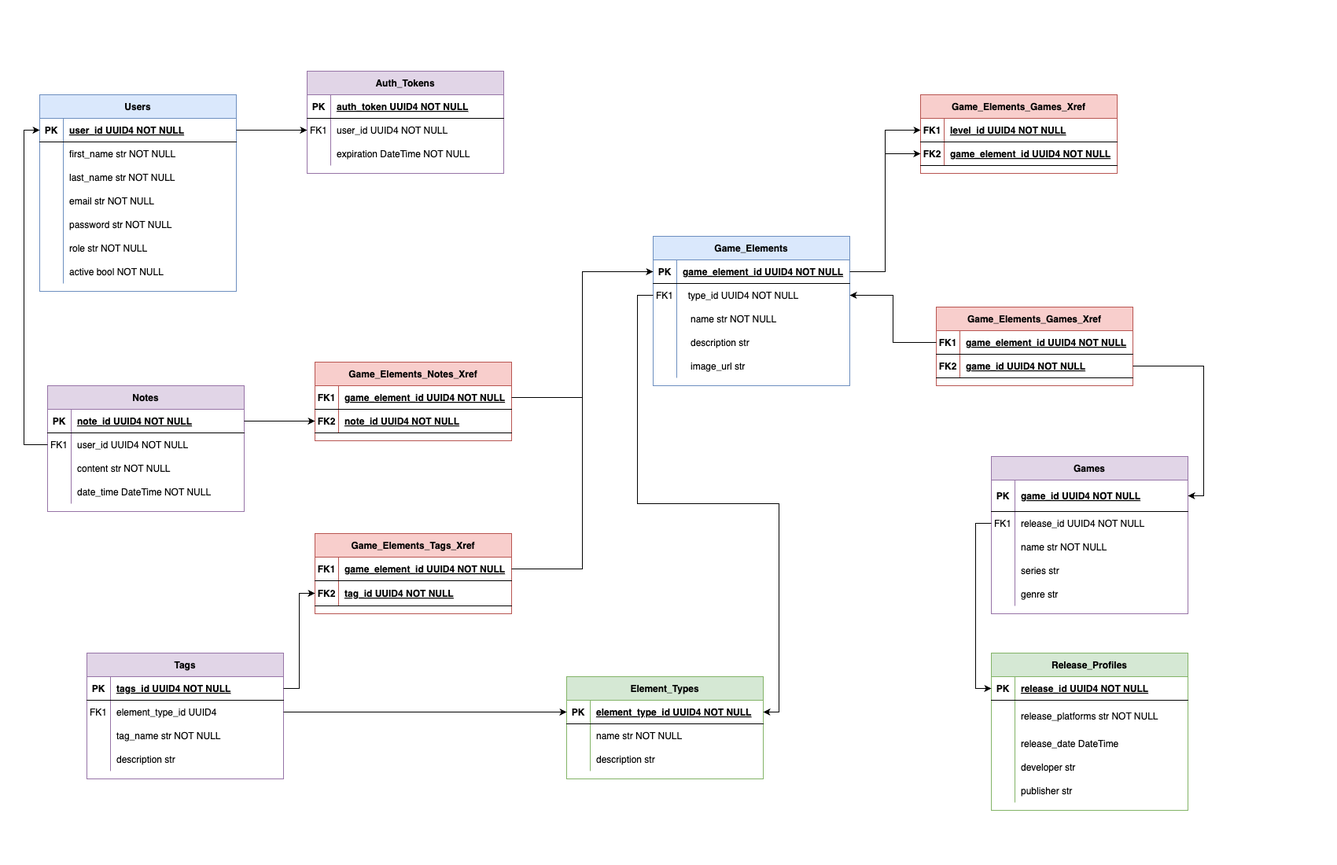
Before: gd-notepad-erd.png, a diagram exported from draw.io (Mark-David-Hill/gd-notepad-be). Source tidied: cells renumbered, new cells last; positions are measured from the earlier drawing's top-left corner, leaving out a move shared by most shapes.
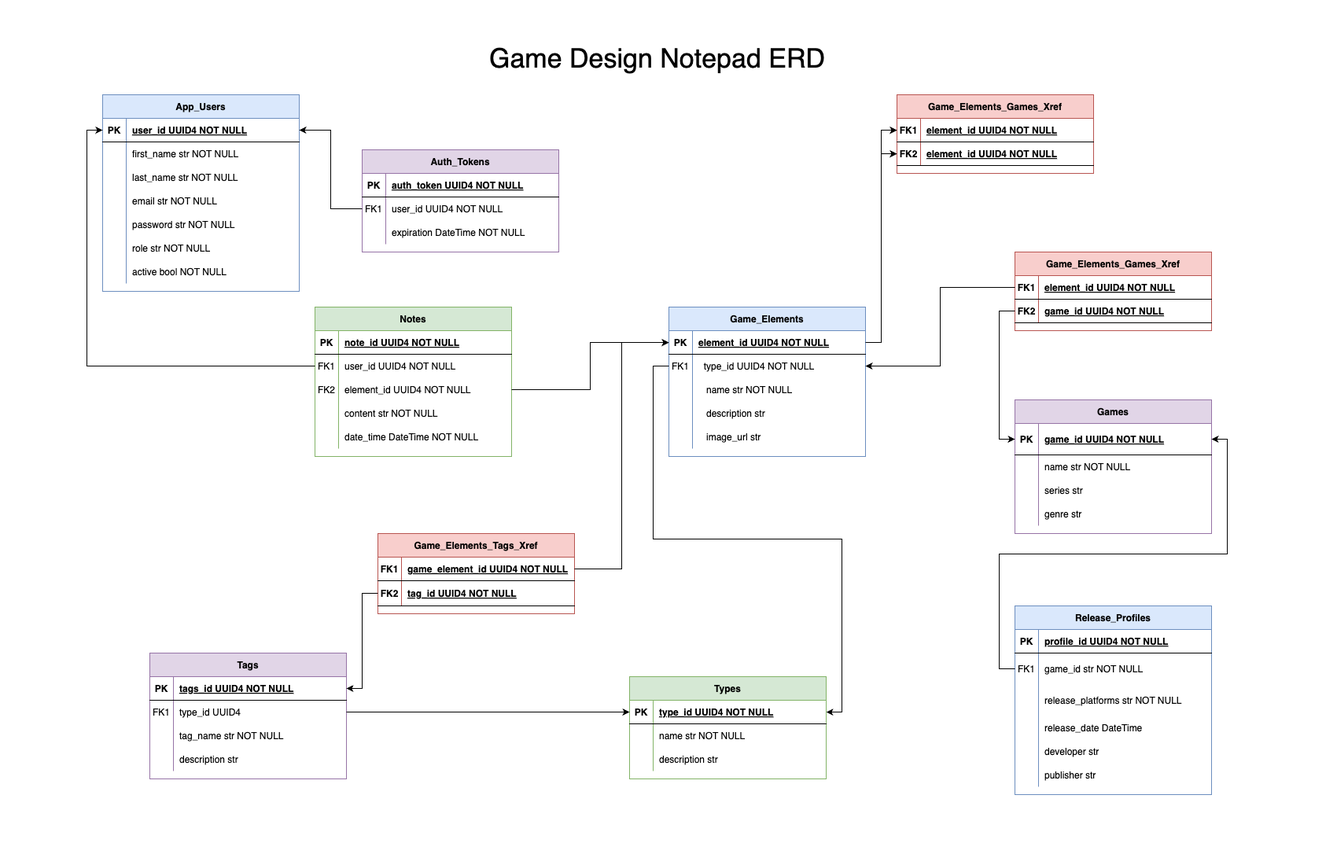
The same diagram one commit later.

What changed in the source:
```diff
@@ -4,4 +4,4 @@
     <mxCell id="1" parent="0" />
-    <mxCell id="2" value="Element_Types" style="shape=table;startSize=30;rowLines=0;fontStyle=1;align=center;fillColor=#d5e8d4;strokeColor=#82b366;" parent="1" vertex="1">
-      <mxGeometry x="670" y="770" width="250" height="130" as="geometry" />
+    <mxCell id="2" value="Types" style="shape=table;startSize=30;rowLines=0;fontStyle=1;align=center;fillColor=#d5e8d4;strokeColor=#82b366;" parent="1" vertex="1">
+      <mxGeometry x="750" y="770" width="250" height="130" as="geometry" />
     </mxCell>
@@ -13,3 +13,3 @@
     </mxCell>
-    <mxCell id="5" value="element_type_id UUID4 NOT NULL " style="shape=partialRectangle;overflow=hidden;fillColor=none;top=0;left=0;bottom=0;right=0;align=left;spacingLeft=6;fontStyle=5;" parent="3" vertex="1">
+    <mxCell id="5" value="type_id UUID4 NOT NULL " style="shape=partialRectangle;overflow=hidden;fillColor=none;top=0;left=0;bottom=0;right=0;align=left;spacingLeft=6;fontStyle=5;" parent="3" vertex="1">
       <mxGeometry x="30" width="220" height="30" as="geometry" />
@@ -35,3 +35,3 @@
     <mxCell id="12" value="Game_Elements" style="shape=table;startSize=30;rowLines=0;fontStyle=1;align=center;fillColor=#dae8fc;strokeColor=#6c8ebf;" parent="1" vertex="1">
-      <mxGeometry x="780" y="210" width="250" height="190" as="geometry" />
+      <mxGeometry x="800" y="300" width="250" height="190" as="geometry" />
     </mxCell>
@@ -43,3 +43,3 @@
     </mxCell>
-    <mxCell id="15" value="game_element_id UUID4 NOT NULL " style="shape=partialRectangle;overflow=hidden;fillColor=none;top=0;left=0;bottom=0;right=0;align=left;spacingLeft=6;fontStyle=5;" parent="13" vertex="1">
+    <mxCell id="15" value="element_id UUID4 NOT NULL " style="shape=partialRectangle;overflow=hidden;fillColor=none;top=0;left=0;bottom=0;right=0;align=left;spacingLeft=6;fontStyle=5;" parent="13" vertex="1">
       <mxGeometry x="30" width="220" height="30" as="geometry" />
@@ -86,3 +86,3 @@
     <mxCell id="29" value="Games" style="shape=table;startSize=30;rowLines=0;fontStyle=1;align=center;fillColor=#e1d5e7;strokeColor=#9673a6;" parent="1" vertex="1">
-      <mxGeometry x="1210" y="490" width="250" height="200" as="geometry" />
+      <mxGeometry x="1240" y="418" width="250" height="170" as="geometry" />
     </mxCell>
@@ -97,13 +97,4 @@
     </mxCell>
-    <mxCell id="33" style="shape=partialRectangle;fillColor=none;points=[[0,0.5],[1,0.5]];portConstraint=eastwest;top=0;left=0;right=0;bottom=0;" parent="29" vertex="1">
-      <mxGeometry y="70" width="250" height="30" as="geometry" />
-    </mxCell>
-    <mxCell id="34" value="FK1" style="shape=partialRectangle;overflow=hidden;fillColor=none;top=0;left=0;bottom=0;right=0;" parent="33" vertex="1">
-      <mxGeometry width="30" height="30" as="geometry" />
-    </mxCell>
-    <mxCell id="35" value="release_id UUID4 NOT NULL" style="shape=partialRectangle;overflow=hidden;fillColor=none;top=0;left=0;bottom=0;right=0;align=left;spacingLeft=6;" parent="33" vertex="1">
-      <mxGeometry x="30" width="220" height="30" as="geometry" />
-    </mxCell>
     <mxCell id="36" style="shape=partialRectangle;fillColor=none;top=0;left=0;right=0;bottom=0;" parent="29" vertex="1">
-      <mxGeometry y="100" width="250" height="30" as="geometry" />
+      <mxGeometry y="70" width="250" height="30" as="geometry" />
     </mxCell>
@@ -116,3 +107,3 @@
     <mxCell id="39" style="shape=partialRectangle;fillColor=none;top=0;left=0;right=0;bottom=0;" parent="29" vertex="1">
-      <mxGeometry y="130" width="250" height="30" as="geometry" />
+      <mxGeometry y="100" width="250" height="30" as="geometry" />
     </mxCell>
@@ -125,3 +116,3 @@
     <mxCell id="42" style="shape=partialRectangle;fillColor=none;top=0;left=0;right=0;bottom=0;" parent="29" vertex="1">
-      <mxGeometry y="160" width="250" height="30" as="geometry" />
+      <mxGeometry y="130" width="250" height="30" as="geometry" />
     </mxCell>
@@ -134,3 +125,3 @@
     <mxCell id="45" value="Game_Elements_Games_Xref" style="shape=table;startSize=30;rowLines=0;fontStyle=1;align=center;fillColor=#f8cecc;strokeColor=#b85450;" parent="1" vertex="1">
-      <mxGeometry x="1140" y="300" width="250" height="100" as="geometry" />
+      <mxGeometry x="1240" y="230" width="250" height="100" as="geometry" />
     </mxCell>
@@ -142,3 +133,3 @@
     </mxCell>
-    <mxCell id="48" value="game_element_id UUID4 NOT NULL " style="shape=partialRectangle;overflow=hidden;fillColor=none;top=0;left=0;bottom=0;right=0;align=left;spacingLeft=6;fontStyle=5;" parent="46" vertex="1">
+    <mxCell id="48" value="element_id UUID4 NOT NULL " style="shape=partialRectangle;overflow=hidden;fillColor=none;top=0;left=0;bottom=0;right=0;align=left;spacingLeft=6;fontStyle=5;" parent="46" vertex="1">
       <mxGeometry x="30" width="220" height="30" as="geometry" />
@@ -157,4 +148,4 @@
     </mxCell>
-    <mxCell id="53" value="Users" style="shape=table;startSize=30;rowLines=0;fontStyle=1;align=center;fillColor=#dae8fc;strokeColor=#6c8ebf;" parent="1" vertex="1">
-      <mxGeometry y="30" width="250" height="250" as="geometry" />
+    <mxCell id="53" value="App_Users" style="shape=table;startSize=30;rowLines=0;fontStyle=1;align=center;fillColor=#dae8fc;strokeColor=#6c8ebf;" parent="1" vertex="1">
+      <mxGeometry x="80" y="30" width="250" height="250" as="geometry" />
     </mxCell>
@@ -224,3 +215,3 @@
     <mxCell id="75" value="Tags" style="shape=table;startSize=30;rowLines=0;fontStyle=1;align=center;fillColor=#e1d5e7;strokeColor=#9673a6;" parent="1" vertex="1">
-      <mxGeometry x="60" y="740" width="250" height="160" as="geometry" />
+      <mxGeometry x="140" y="740" width="250" height="160" as="geometry" />
     </mxCell>
@@ -241,3 +232,3 @@
     </mxCell>
-    <mxCell id="81" value="element_type_id UUID4 " style="shape=partialRectangle;overflow=hidden;fillColor=none;top=0;left=0;bottom=0;right=0;align=left;spacingLeft=6;" parent="79" vertex="1">
+    <mxCell id="81" value="type_id UUID4 " style="shape=partialRectangle;overflow=hidden;fillColor=none;top=0;left=0;bottom=0;right=0;align=left;spacingLeft=6;" parent="79" vertex="1">
       <mxGeometry x="30" width="220" height="30" as="geometry" />
@@ -263,3 +254,3 @@
     <mxCell id="88" value="Game_Elements_Tags_Xref" style="shape=table;startSize=30;rowLines=0;fontStyle=1;align=center;fillColor=#f8cecc;strokeColor=#b85450;" parent="1" vertex="1">
-      <mxGeometry x="350" y="588" width="250" height="102" as="geometry" />
+      <mxGeometry x="430" y="588" width="250" height="102" as="geometry" />
     </mxCell>
@@ -283,5 +274,2 @@
     </mxCell>
-    <mxCell id="95" style="edgeStyle=orthogonalEdgeStyle;rounded=0;jettySize=auto;html=1;exitX=1;exitY=0.5;exitDx=0;exitDy=0;" parent="1" edge="1" source="76" target="92">
-      <mxGeometry relative="1" as="geometry" />
-    </mxCell>
     <mxCell id="96" style="edgeStyle=orthogonalEdgeStyle;rounded=0;jettySize=auto;html=1;exitX=1;exitY=0.5;exitDx=0;exitDy=0;" parent="1" edge="1" source="89" target="13">
@@ -289,4 +277,4 @@
     </mxCell>
-    <mxCell id="97" value="Notes" style="shape=table;startSize=30;rowLines=0;fontStyle=1;align=center;fillColor=#e1d5e7;strokeColor=#9673a6;" parent="1" vertex="1">
-      <mxGeometry x="10" y="400" width="250" height="160" as="geometry" />
+    <mxCell id="97" value="Notes" style="shape=table;startSize=30;rowLines=0;fontStyle=1;align=center;fillColor=#d5e8d4;strokeColor=#82b366;" parent="1" vertex="1">
+      <mxGeometry x="350" y="300" width="250" height="190" as="geometry" />
     </mxCell>
@@ -310,4 +298,13 @@
     </mxCell>
+    <mxCell id="159" style="shape=partialRectangle;fillColor=none;points=[[0,0.5],[1,0.5]];portConstraint=eastwest;top=0;left=0;right=0;bottom=0;" parent="97" vertex="1">
+      <mxGeometry y="90" width="250" height="30" as="geometry" />
+    </mxCell>
+    <mxCell id="115" value="FK2" style="shape=partialRectangle;overflow=hidden;fillColor=none;top=0;left=0;bottom=0;right=0;" parent="159" vertex="1">
+      <mxGeometry width="30" height="30" as="geometry" />
+    </mxCell>
+    <mxCell id="160" value="element_id UUID4 NOT NULL" style="shape=partialRectangle;overflow=hidden;fillColor=none;top=0;left=0;bottom=0;right=0;align=left;spacingLeft=6;" parent="159" vertex="1">
+      <mxGeometry x="30" width="220" height="30" as="geometry" />
+    </mxCell>
     <mxCell id="104" style="shape=partialRectangle;fillColor=none;top=0;left=0;right=0;bottom=0;" parent="97" vertex="1">
-      <mxGeometry y="90" width="250" height="30" as="geometry" />
+      <mxGeometry y="120" width="250" height="30" as="geometry" />
     </mxCell>
@@ -320,3 +317,3 @@
     <mxCell id="107" style="shape=partialRectangle;fillColor=none;top=0;left=0;right=0;bottom=0;" parent="97" vertex="1">
-      <mxGeometry y="120" width="250" height="30" as="geometry" />
+      <mxGeometry y="150" width="250" height="30" as="geometry" />
     </mxCell>
@@ -328,29 +325,2 @@
     </mxCell>
-    <mxCell id="110" value="Game_Elements_Notes_Xref" style="shape=table;startSize=30;rowLines=0;fontStyle=1;align=center;fillColor=#f8cecc;strokeColor=#b85450;" parent="1" vertex="1">
-      <mxGeometry x="350" y="370" width="250" height="100" as="geometry" />
-    </mxCell>
-    <mxCell id="111" style="shape=partialRectangle;fillColor=none;points=[[0,0.5],[1,0.5]];portConstraint=eastwest;top=0;left=0;right=0;bottom=1;" parent="110" vertex="1">
-      <mxGeometry y="30" width="250" height="30" as="geometry" />
-    </mxCell>
-    <mxCell id="112" value="FK1" style="shape=partialRectangle;overflow=hidden;fillColor=none;top=0;left=0;bottom=0;right=0;fontStyle=1;" parent="111" vertex="1">
-      <mxGeometry width="30" height="30" as="geometry" />
-    </mxCell>
-    <mxCell id="113" value="game_element_id UUID4 NOT NULL " style="shape=partialRectangle;overflow=hidden;fillColor=none;top=0;left=0;bottom=0;right=0;align=left;spacingLeft=6;fontStyle=5;" parent="111" vertex="1">
-      <mxGeometry x="30" width="220" height="30" as="geometry" />
-    </mxCell>
-    <mxCell id="114" style="shape=partialRectangle;fillColor=none;points=[[0,0.5],[1,0.5]];portConstraint=eastwest;top=0;left=0;right=0;bottom=1;" parent="110" vertex="1">
-      <mxGeometry y="60" width="250" height="30" as="geometry" />
-    </mxCell>
-    <mxCell id="115" value="FK2" style="shape=partialRectangle;overflow=hidden;fillColor=none;top=0;left=0;bottom=0;right=0;fontStyle=1;" parent="114" vertex="1">
-      <mxGeometry width="30" height="30" as="geometry" />
-    </mxCell>
-    <mxCell id="116" value="note_id UUID4 NOT NULL " style="shape=partialRectangle;overflow=hidden;fillColor=none;top=0;left=0;bottom=0;right=0;align=left;spacingLeft=6;fontStyle=5;" parent="114" vertex="1">
-      <mxGeometry x="30" width="220" height="30" as="geometry" />
-    </mxCell>
-    <mxCell id="117" style="edgeStyle=orthogonalEdgeStyle;rounded=0;jettySize=auto;html=1;exitX=1;exitY=0.5;exitDx=0;exitDy=0;" parent="1" edge="1" source="98" target="114">
-      <mxGeometry relative="1" as="geometry" />
-    </mxCell>
-    <mxCell id="118" style="edgeStyle=orthogonalEdgeStyle;rounded=0;jettySize=auto;html=1;exitX=1;exitY=0.5;exitDx=0;exitDy=0;" parent="1" edge="1" source="111" target="13">
-      <mxGeometry relative="1" as="geometry" />
-    </mxCell>
     <mxCell id="119" style="edgeStyle=orthogonalEdgeStyle;rounded=0;jettySize=auto;html=1;exitX=1;exitY=0.5;exitDx=0;exitDy=0;" parent="1" edge="1" source="79" target="3">
@@ -359,3 +329,3 @@
     <mxCell id="120" value="Auth_Tokens" style="shape=table;startSize=30;rowLines=0;fontStyle=1;align=center;fillColor=#e1d5e7;strokeColor=#9673a6;" parent="1" vertex="1">
-      <mxGeometry x="340" width="250" height="130" as="geometry" />
+      <mxGeometry x="410" y="100" width="250" height="130" as="geometry" />
     </mxCell>
@@ -388,7 +358,4 @@
     </mxCell>
-    <mxCell id="130" style="edgeStyle=orthogonalEdgeStyle;rounded=0;jettySize=auto;html=1;" parent="1" edge="1" source="54" target="124">
-      <mxGeometry relative="1" as="geometry" />
-    </mxCell>
     <mxCell id="131" value="Game_Elements_Games_Xref" style="shape=table;startSize=30;rowLines=0;fontStyle=1;align=center;fillColor=#f8cecc;strokeColor=#b85450;" parent="1" vertex="1">
-      <mxGeometry x="1120" y="30" width="250" height="100" as="geometry" />
+      <mxGeometry x="1090" y="30" width="250" height="100" as="geometry" />
     </mxCell>
@@ -400,3 +367,3 @@
     </mxCell>
-    <mxCell id="134" value="level_id UUID4 NOT NULL " style="shape=partialRectangle;overflow=hidden;fillColor=none;top=0;left=0;bottom=0;right=0;align=left;spacingLeft=6;fontStyle=5;" parent="132" vertex="1">
+    <mxCell id="134" value="element_id UUID4 NOT NULL " style="shape=partialRectangle;overflow=hidden;fillColor=none;top=0;left=0;bottom=0;right=0;align=left;spacingLeft=6;fontStyle=5;" parent="132" vertex="1">
       <mxGeometry x="30" width="220" height="30" as="geometry" />
@@ -409,3 +376,3 @@
     </mxCell>
-    <mxCell id="137" value="game_element_id UUID4 NOT NULL " style="shape=partialRectangle;overflow=hidden;fillColor=none;top=0;left=0;bottom=0;right=0;align=left;spacingLeft=6;fontStyle=5;" parent="135" vertex="1">
+    <mxCell id="137" value="element_id UUID4 NOT NULL " style="shape=partialRectangle;overflow=hidden;fillColor=none;top=0;left=0;bottom=0;right=0;align=left;spacingLeft=6;fontStyle=5;" parent="135" vertex="1">
       <mxGeometry x="30" width="220" height="30" as="geometry" />
@@ -418,4 +385,4 @@
     </mxCell>
-    <mxCell id="140" value="Release_Profiles" style="shape=table;startSize=30;rowLines=0;fontStyle=1;align=center;fillColor=#d5e8d4;strokeColor=#82b366;" parent="1" vertex="1">
-      <mxGeometry x="1210" y="740" width="250" height="200" as="geometry" />
+    <mxCell id="140" value="Release_Profiles" style="shape=table;startSize=30;rowLines=0;fontStyle=1;align=center;fillColor=#dae8fc;strokeColor=#6c8ebf;" parent="1" vertex="1">
+      <mxGeometry x="1240" y="680" width="250" height="240" as="geometry" />
     </mxCell>
@@ -427,3 +394,3 @@
     </mxCell>
-    <mxCell id="143" value="release_id UUID4 NOT NULL " style="shape=partialRectangle;overflow=hidden;fillColor=none;top=0;left=0;bottom=0;right=0;align=left;spacingLeft=6;fontStyle=5;" parent="141" vertex="1">
+    <mxCell id="143" value="profile_id UUID4 NOT NULL " style="shape=partialRectangle;overflow=hidden;fillColor=none;top=0;left=0;bottom=0;right=0;align=left;spacingLeft=6;fontStyle=5;" parent="141" vertex="1">
       <mxGeometry x="30" width="220" height="30" as="geometry" />
@@ -433,10 +400,19 @@
     </mxCell>
-    <mxCell id="145" style="shape=partialRectangle;overflow=hidden;fillColor=none;top=0;left=0;bottom=0;right=0;" parent="144" vertex="1">
+    <mxCell id="145" value="FK1" style="shape=partialRectangle;overflow=hidden;fillColor=none;top=0;left=0;bottom=0;right=0;" parent="144" vertex="1">
       <mxGeometry width="30" height="40" as="geometry" />
     </mxCell>
-    <mxCell id="146" value="release_platforms str NOT NULL" style="shape=partialRectangle;overflow=hidden;fillColor=none;top=0;left=0;bottom=0;right=0;align=left;spacingLeft=6;" parent="144" vertex="1">
+    <mxCell id="146" value="game_id str NOT NULL" style="shape=partialRectangle;overflow=hidden;fillColor=none;top=0;left=0;bottom=0;right=0;align=left;spacingLeft=6;" parent="144" vertex="1">
       <mxGeometry x="30" width="220" height="40" as="geometry" />
     </mxCell>
+    <mxCell id="161" style="shape=partialRectangle;fillColor=none;top=0;left=0;right=0;bottom=0;" parent="140" vertex="1">
+      <mxGeometry y="100" width="250" height="40" as="geometry" />
+    </mxCell>
+    <mxCell id="162" style="shape=partialRectangle;overflow=hidden;fillColor=none;top=0;left=0;bottom=0;right=0;" parent="161" vertex="1">
+      <mxGeometry width="30" height="40" as="geometry" />
+    </mxCell>
+    <mxCell id="163" value="release_platforms str NOT NULL" style="shape=partialRectangle;overflow=hidden;fillColor=none;top=0;left=0;bottom=0;right=0;align=left;spacingLeft=6;" parent="161" vertex="1">
+      <mxGeometry x="30" width="220" height="40" as="geometry" />
+    </mxCell>
     <mxCell id="147" style="shape=partialRectangle;fillColor=none;top=0;left=0;right=0;bottom=0;" parent="140" vertex="1">
-      <mxGeometry y="100" width="250" height="30" as="geometry" />
+      <mxGeometry y="140" width="250" height="30" as="geometry" />
     </mxCell>
@@ -449,3 +425,3 @@
     <mxCell id="150" style="shape=partialRectangle;fillColor=none;top=0;left=0;right=0;bottom=0;" parent="140" vertex="1">
-      <mxGeometry y="130" width="250" height="30" as="geometry" />
+      <mxGeometry y="170" width="250" height="30" as="geometry" />
     </mxCell>
@@ -458,3 +434,3 @@
     <mxCell id="153" style="shape=partialRectangle;fillColor=none;top=0;left=0;right=0;bottom=0;" parent="140" vertex="1">
-      <mxGeometry y="160" width="250" height="30" as="geometry" />
+      <mxGeometry y="200" width="250" height="30" as="geometry" />
     </mxCell>
@@ -466,11 +442,23 @@
     </mxCell>
+    <mxCell id="158" style="edgeStyle=orthogonalEdgeStyle;rounded=0;jettySize=auto;html=1;entryX=0;entryY=0.5;entryDx=0;entryDy=0;" parent="1" edge="1" source="101" target="54">
+      <mxGeometry relative="1" as="geometry" />
+    </mxCell>
+    <mxCell id="164" style="edgeStyle=orthogonalEdgeStyle;rounded=0;jettySize=auto;html=1;" parent="1" edge="1" source="159" target="13">
+      <mxGeometry relative="1" as="geometry" />
+    </mxCell>
+    <mxCell id="165" style="edgeStyle=orthogonalEdgeStyle;rounded=0;jettySize=auto;html=1;entryX=1;entryY=0.5;entryDx=0;entryDy=0;" parent="1" edge="1" source="92" target="76">
+      <mxGeometry relative="1" as="geometry" />
+    </mxCell>
+    <mxCell id="166" style="edgeStyle=orthogonalEdgeStyle;rounded=0;jettySize=auto;html=1;entryX=1;entryY=0.5;entryDx=0;entryDy=0;" parent="1" edge="1" source="124" target="54">
+      <mxGeometry relative="1" as="geometry" />
+    </mxCell>
-    <mxCell id="156" style="edgeStyle=orthogonalEdgeStyle;rounded=0;jettySize=auto;html=1;entryX=1;entryY=0.5;entryDx=0;entryDy=0;" parent="1" edge="1" source="49" target="30">
+    <mxCell id="156" style="edgeStyle=orthogonalEdgeStyle;rounded=0;jettySize=auto;html=1;entryX=0;entryY=0.5;entryDx=0;entryDy=0;" parent="1" edge="1" source="49" target="30">
       <mxGeometry relative="1" as="geometry" />
     </mxCell>
-    <mxCell id="157" style="edgeStyle=orthogonalEdgeStyle;rounded=0;jettySize=auto;html=1;exitX=0;exitY=0.5;exitDx=0;exitDy=0;entryX=0;entryY=0.5;entryDx=0;entryDy=0;" parent="1" edge="1" source="33" target="141">
-      <mxGeometry relative="1" as="geometry" />
-    </mxCell>
-    <mxCell id="158" style="edgeStyle=orthogonalEdgeStyle;rounded=0;jettySize=auto;html=1;entryX=0;entryY=0.5;entryDx=0;entryDy=0;" parent="1" edge="1" source="101" target="54">
-      <mxGeometry relative="1" as="geometry" />
-    </mxCell>
+    <mxCell id="167" style="edgeStyle=orthogonalEdgeStyle;rounded=0;jettySize=auto;html=1;entryX=1;entryY=0.5;entryDx=0;entryDy=0;" parent="1" edge="1" source="144" target="30">
+      <mxGeometry relative="1" as="geometry" />
+    </mxCell>
+    <mxCell id="168" value="&lt;font style=&quot;font-size: 34px;&quot;&gt;Game Design Notepad ERD&lt;/font&gt;" style="text;html=1;align=center;verticalAlign=middle;" parent="1" vertex="1">
+      <mxGeometry x="560" y="-40" width="450" height="50" as="geometry" />
+    </mxCell>
   </root>
```
